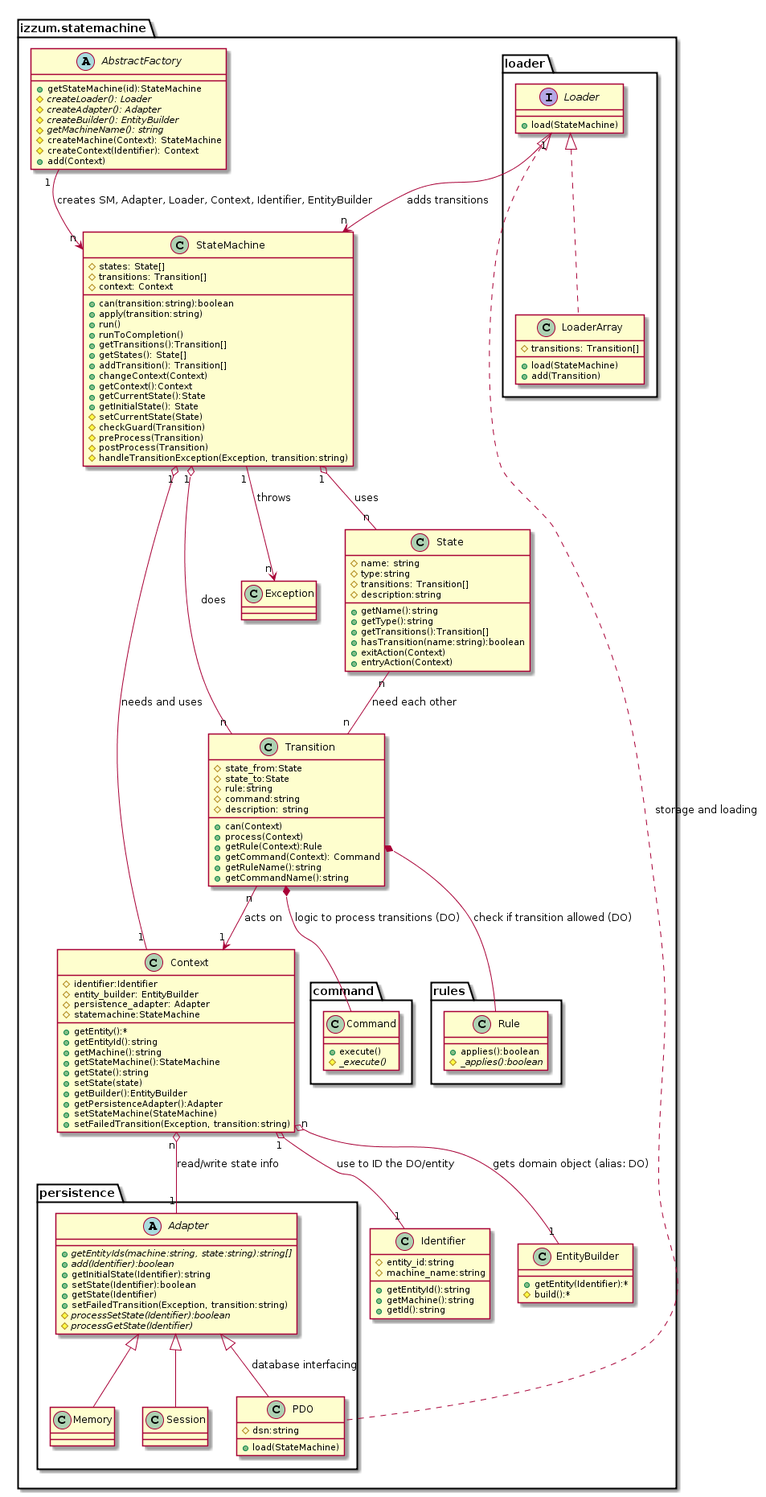
This is assets/images/class-diagram-plantuml.png from rolfvreijdenberger/izzum-statemachine, a PlantUML export, as it was before one commit.
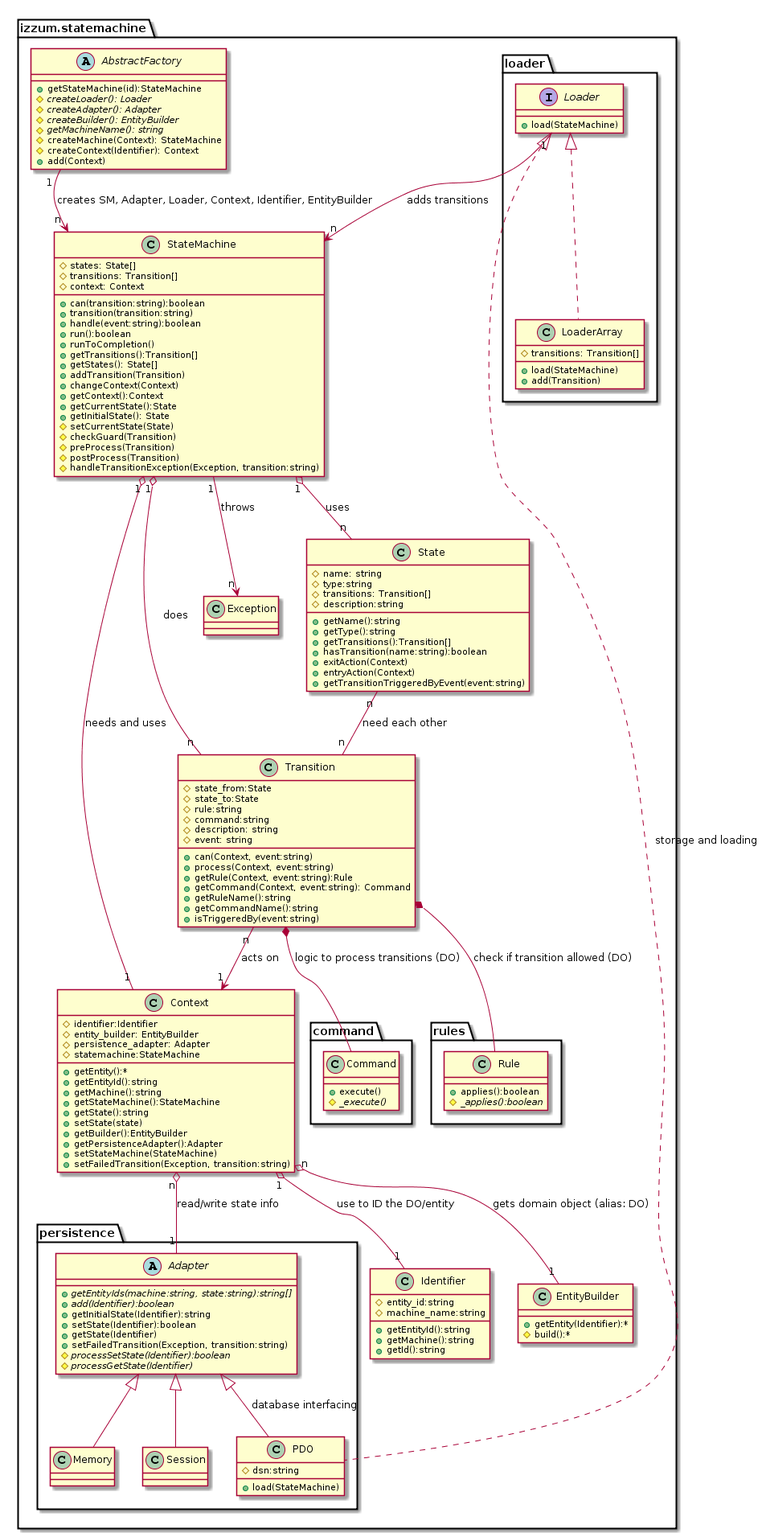
The same diagram one commit later.

What changed in the source:
```diff
@@ -5,12 +5,13 @@
       # transitions: Transition[]
       # context: Context
       + can(transition:string):boolean
-      + apply(transition:string)
-      + run()
+      + transition(transition:string)
+      + handle(event:string):boolean
+      + run():boolean
       + runToCompletion()
       + getTransitions():Transition[]
       + getStates(): State[]
-      + addTransition(): Transition[]
+      + addTransition(Transition)
       + changeContext(Context)
       + getContext():Context
       + getCurrentState():State
@@ -33,6 +34,7 @@
         + hasTransition(name:string):boolean
         + exitAction(Context)
         + entryAction(Context)
+        + getTransitionTriggeredByEvent(event:string)
     }
     Class Transition {
         # state_from:State
@@ -40,12 +42,14 @@
         # rule:string
         # command:string
         # description: string
-        + can(Context)
-        + process(Context)
-        + getRule(Context):Rule
-        + getCommand(Context): Command
+        # event: string
+        + can(Context, event:string)
+        + process(Context, event:string)
+        + getRule(Context, event:string):Rule
+        + getCommand(Context, event:string): Command
         + getRuleName():string
         + getCommandName():string
+        + isTriggeredBy(event:string)
     }
     Class Context {
         # identifier:Identifier
```
